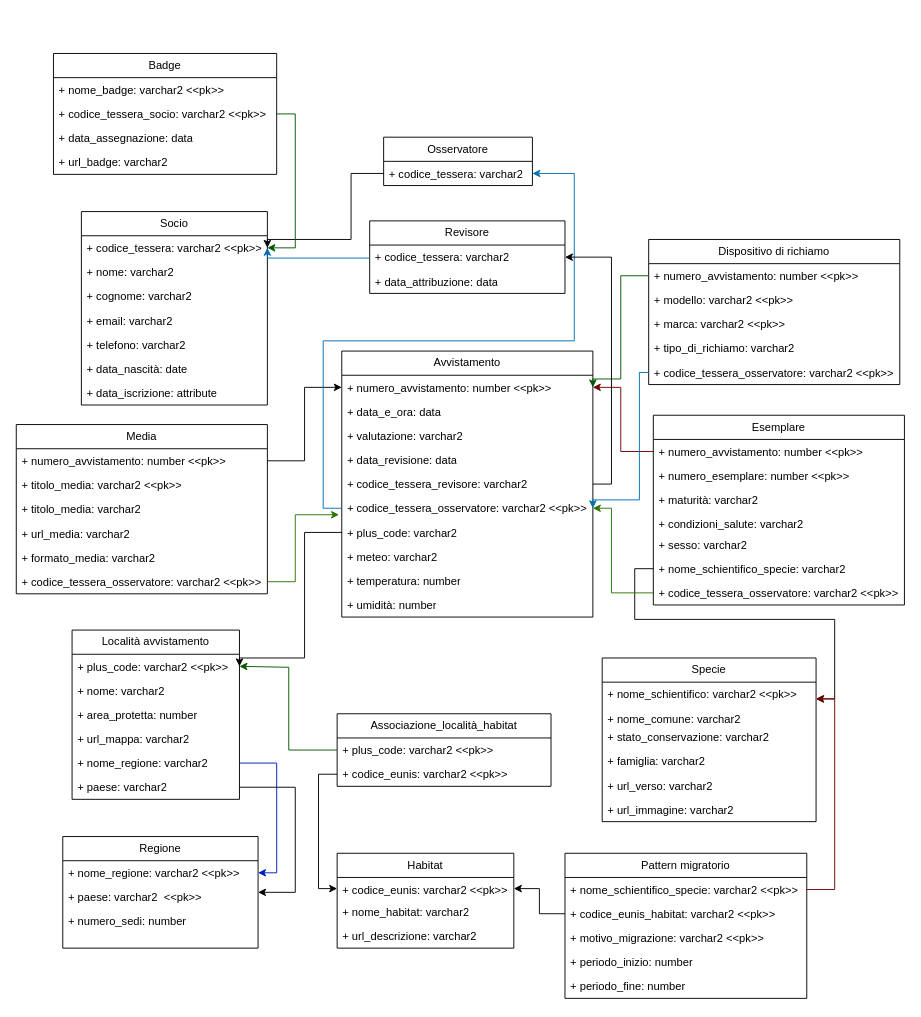
uni-aca100/db-uni keeps this draw.io diagram as page "Page-2" (2 of 3) of document/DiagramEer.drawio. Above is the earlier version. Source tidied: cells renumbered, new cells numbered last; positions are measured from the earlier drawing's top-left corner, leaving out a move shared by most shapes. Both pictures are drawn from the tidied source at 93%, with x=0, y=0 at pixel (16, 53).
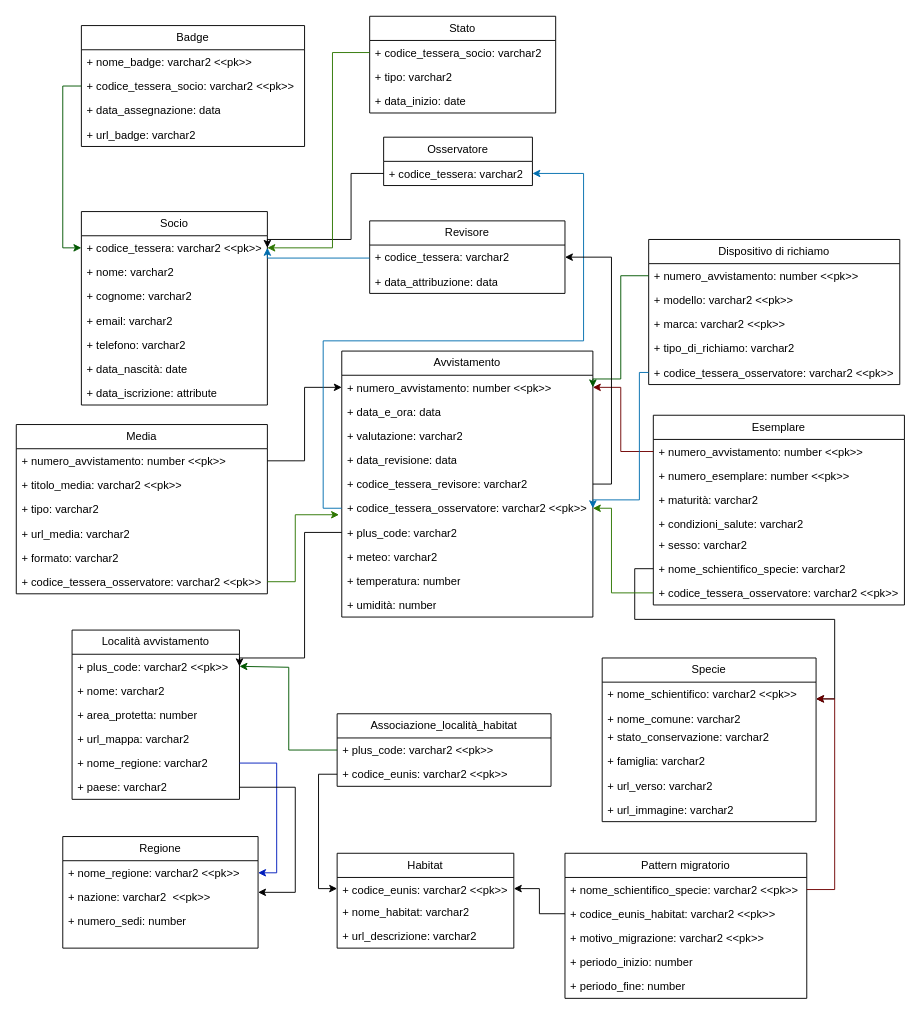
After the change.

The change refers to these unchanged cells:
```xml
<mxCell id="2" value="Regione" style="swimlane;fontStyle=0;horizontal=1;startSize=26;fillColor=none;whiteSpace=wrap;html=1;" parent="1" vertex="1">
  <mxGeometry x="50" y="842" width="210" height="120" as="geometry" />
</mxCell>
<mxCell id="7" value="+ codice_tessera: varchar2" style="text;strokeColor=none;fillColor=none;align=left;verticalAlign=top;spacingLeft=4;spacingRight=4;overflow=hidden;points=[[0,0.5],[1,0.5]];portConstraint=eastwest;whiteSpace=wrap;html=1;" parent="6" vertex="1">
  <mxGeometry y="26" width="160" height="26" as="geometry" />
</mxCell>
<mxCell id="9" value="+ codice_tessera: varchar2 &amp;lt;&amp;lt;pk&amp;gt;&amp;gt;" style="text;strokeColor=none;fillColor=none;align=left;verticalAlign=top;spacingLeft=4;spacingRight=4;overflow=hidden;points=[[0,0.5],[1,0.5]];portConstraint=eastwest;whiteSpace=wrap;html=1;" parent="8" vertex="1">
  <mxGeometry y="26" width="200" height="26" as="geometry" />
</mxCell>
<mxCell id="45" value="+ codice_tessera_osservatore:&amp;nbsp;varchar2 &amp;lt;&amp;lt;pk&amp;gt;&amp;gt;" style="text;strokeColor=none;fillColor=none;align=left;verticalAlign=top;spacingLeft=4;spacingRight=4;overflow=hidden;points=[[0,0.5],[1,0.5]];portConstraint=eastwest;whiteSpace=wrap;html=1;" parent="39" vertex="1">
  <mxGeometry y="156" width="270" height="26" as="geometry" />
</mxCell>
<mxCell id="61" value="Media" style="swimlane;fontStyle=0;horizontal=1;startSize=26;fillColor=none;whiteSpace=wrap;html=1;" parent="1" vertex="1">
  <mxGeometry y="399" width="270" height="182" as="geometry" />
</mxCell>
<mxCell id="81" value="+ codice_tessera_socio: varchar2 &amp;lt;&amp;lt;pk&amp;gt;&amp;gt;" style="text;strokeColor=none;fillColor=none;align=left;verticalAlign=top;spacingLeft=4;spacingRight=4;overflow=hidden;points=[[0,0.5],[1,0.5]];portConstraint=eastwest;whiteSpace=wrap;html=1;" parent="79" vertex="1">
  <mxGeometry y="52" width="240" height="26" as="geometry" />
</mxCell>
```

The edit, as a diff of the source:
```diff
@@
-    <mxCell id="4" value="+ paese: varchar2&amp;nbsp; &amp;lt;&amp;lt;pk&amp;gt;&amp;gt;" style="text;strokeColor=none;fillColor=none;align=left;verticalAlign=top;spacingLeft=4;spacingRight=4;overflow=hidden;whiteSpace=wrap;html=1;" parent="2" vertex="1">
+    <mxCell id="4" value="+ nazione: varchar2&amp;nbsp; &amp;lt;&amp;lt;pk&amp;gt;&amp;gt;" style="text;strokeColor=none;fillColor=none;align=left;verticalAlign=top;spacingLeft=4;spacingRight=4;overflow=hidden;whiteSpace=wrap;html=1;" parent="2" vertex="1">
       <mxGeometry y="52" width="210" height="26" as="geometry" />
     </mxCell>
@@
-    <mxCell id="64" value="+ titolo_media: varchar2" style="text;strokeColor=none;fillColor=none;align=left;verticalAlign=top;spacingLeft=4;spacingRight=4;overflow=hidden;whiteSpace=wrap;html=1;" parent="61" vertex="1">
+    <mxCell id="64" value="+ tipo: varchar2" style="text;strokeColor=none;fillColor=none;align=left;verticalAlign=top;spacingLeft=4;spacingRight=4;overflow=hidden;whiteSpace=wrap;html=1;" parent="61" vertex="1">
       <mxGeometry y="78" width="270" height="26" as="geometry" />
     </mxCell>
@@
-    <mxCell id="66" value="+ formato_media: varchar2" style="text;strokeColor=none;fillColor=none;align=left;verticalAlign=top;spacingLeft=4;spacingRight=4;overflow=hidden;whiteSpace=wrap;html=1;" parent="61" vertex="1">
+    <mxCell id="66" value="+ formato: varchar2" style="text;strokeColor=none;fillColor=none;align=left;verticalAlign=top;spacingLeft=4;spacingRight=4;overflow=hidden;whiteSpace=wrap;html=1;" parent="61" vertex="1">
       <mxGeometry y="130" width="270" height="26" as="geometry" />
     </mxCell>
@@
     <mxCell id="79" value="Badge" style="swimlane;fontStyle=0;horizontal=1;startSize=26;fillColor=none;whiteSpace=wrap;html=1;" parent="1" vertex="1">
-      <mxGeometry x="40" width="240" height="130" as="geometry" />
+      <mxGeometry x="70" y="-30" width="240" height="130" as="geometry" />
     </mxCell>
@@
-    <mxCell id="84" style="edgeStyle=orthogonalEdgeStyle;rounded=0;jettySize=auto;html=1;entryX=1;entryY=0.5;entryDx=0;entryDy=0;fillColor=#008a00;strokeColor=#005700;" parent="1" edge="1" source="81" target="9">
+    <mxCell id="84" style="edgeStyle=orthogonalEdgeStyle;rounded=0;jettySize=auto;html=1;entryX=0;entryY=0.5;entryDx=0;entryDy=0;fillColor=#008a00;strokeColor=#005700;" parent="1" edge="1" source="81" target="9">
       <mxGeometry relative="1" as="geometry" />
     </mxCell>
@@
     <mxCell id="98" style="edgeStyle=orthogonalEdgeStyle;rounded=0;jettySize=auto;html=1;exitX=0;exitY=0.5;exitDx=0;exitDy=0;entryX=1;entryY=0.5;entryDx=0;entryDy=0;fillColor=#1ba1e2;strokeColor=#006EAF;" parent="1" edge="1" source="45" target="7">
       <mxGeometry relative="1" as="geometry">
         <Array as="points">
           <mxPoint x="330" y="489" />
           <mxPoint x="330" y="309" />
-          <mxPoint x="600" y="309" />
-          <mxPoint x="600" y="129" />
+          <mxPoint x="610" y="309" />
+          <mxPoint x="610" y="129" />
         </Array>
       </mxGeometry>
     </mxCell>
@@
+    <mxCell id="102" value="Stato" style="swimlane;fontStyle=0;horizontal=1;startSize=26;fillColor=none;whiteSpace=wrap;html=1;" parent="1" vertex="1">
+      <mxGeometry x="380" y="-40" width="200" height="104" as="geometry" />
+    </mxCell>
+    <mxCell id="103" value="+ codice_tessera_socio: varchar2" style="text;strokeColor=none;fillColor=none;align=left;verticalAlign=top;spacingLeft=4;spacingRight=4;overflow=hidden;points=[[0,0.5],[1,0.5]];portConstraint=eastwest;whiteSpace=wrap;html=1;" parent="102" vertex="1">
+      <mxGeometry y="26" width="200" height="26" as="geometry" />
+    </mxCell>
+    <mxCell id="104" value="+ tipo: varchar2" style="text;strokeColor=none;fillColor=none;align=left;verticalAlign=top;spacingLeft=4;spacingRight=4;overflow=hidden;whiteSpace=wrap;html=1;" parent="102" vertex="1">
+      <mxGeometry y="52" width="200" height="26" as="geometry" />
+    </mxCell>
+    <mxCell id="105" value="+ data_inizio: date" style="text;strokeColor=none;fillColor=none;align=left;verticalAlign=top;spacingLeft=4;spacingRight=4;overflow=hidden;whiteSpace=wrap;html=1;" parent="102" vertex="1">
+      <mxGeometry y="78" width="200" height="26" as="geometry" />
+    </mxCell>
+    <mxCell id="106" style="edgeStyle=orthogonalEdgeStyle;rounded=0;jettySize=auto;html=1;entryX=1;entryY=0.5;entryDx=0;entryDy=0;fillColor=#60a917;strokeColor=#2D7600;" parent="1" edge="1" source="103" target="9">
+      <mxGeometry relative="1" as="geometry">
+        <Array as="points">
+          <mxPoint x="340" y="-1" />
+          <mxPoint x="340" y="209" />
+        </Array>
+      </mxGeometry>
+    </mxCell>
```
